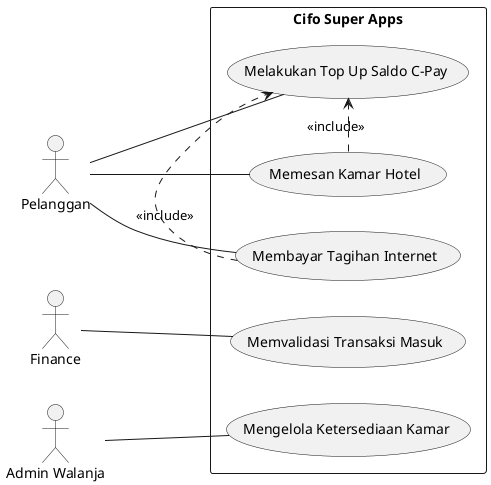
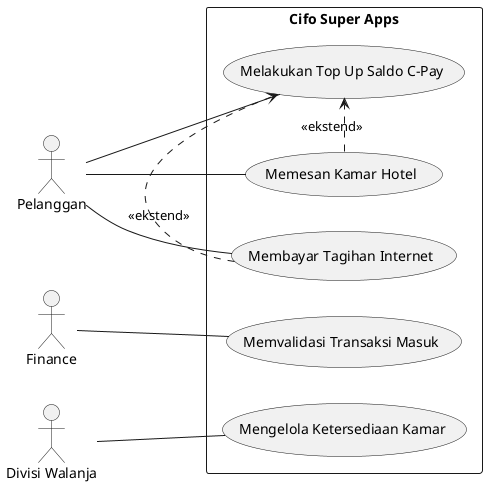
@startuml
left to right direction
skinparam packageStyle rectangle

actor Pelanggan
actor Finance
- actor "Admin Walanja" as AdminWalanja
+ actor "Divisi Walanja" as DivisiWalanja

rectangle "Cifo Super Apps" {

    usecase "Melakukan Top Up Saldo C-Pay" as UC_TopUp
    usecase "Membayar Tagihan Internet" as UC_BayarInternet
    usecase "Memesan Kamar Hotel" as UC_PesanHotel

    usecase "Memvalidasi Transaksi Masuk" as UC_ValidasiMasuk
    usecase "Mengelola Ketersediaan Kamar" as UC_KelolaKamar

    ' Bayar internet dan pesan hotel membutuhkan saldo C-Pay
-     UC_BayarInternet .> UC_TopUp : <<include>>
-     UC_PesanHotel .> UC_TopUp : <<include>>
+     UC_BayarInternet .> UC_TopUp : <<ekstend>>
+     UC_PesanHotel .> UC_TopUp : <<ekstend>>
}

Pelanggan -- UC_TopUp
Pelanggan -- UC_BayarInternet
Pelanggan -- UC_PesanHotel

Finance -- UC_ValidasiMasuk

- AdminWalanja -- UC_KelolaKamar
+ DivisiWalanja -- UC_KelolaKamar
@enduml